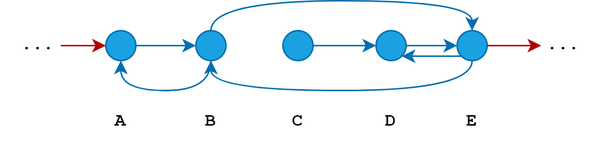
The draw.io diagram Diagram4.drawio.png in ZKX64/Textbook-graph, before a commit. Source tidied: cells renumbered, new cells last; positions are measured from the earlier drawing's top-left corner, leaving out a move shared by most shapes. The source it was exported from:
```xml
<mxGraphModel>
  <root>
    <mxCell id="0" />
    <mxCell id="1" parent="0" />
    <mxCell id="2" style="edgeStyle=orthogonalEdgeStyle;rounded=0;jettySize=auto;html=1;exitX=1;exitY=0.5;exitDx=0;exitDy=0;entryX=0;entryY=0.5;entryDx=0;entryDy=0;fillColor=#1ba1e2;strokeColor=#006EAF;" parent="1" edge="1" source="3" target="6">
      <mxGeometry relative="1" as="geometry" />
    </mxCell>
    <mxCell id="3" style="ellipse;whiteSpace=wrap;html=1;strokeColor=#006EAF;fillColor=#1ba1e2;fontColor=#ffffff;" parent="1" vertex="1">
      <mxGeometry x="70" y="15" width="20" height="20" as="geometry" />
    </mxCell>
    <mxCell id="4" style="edgeStyle=orthogonalEdgeStyle;rounded=0;jettySize=auto;html=1;exitX=0.5;exitY=0;exitDx=0;exitDy=0;entryX=0.5;entryY=0;entryDx=0;entryDy=0;curved=1;fillColor=#1ba1e2;strokeColor=#006EAF;" parent="1" edge="1" source="6" target="13">
      <mxGeometry relative="1" as="geometry" />
    </mxCell>
    <mxCell id="5" style="edgeStyle=orthogonalEdgeStyle;curved=1;rounded=0;jettySize=auto;html=1;exitX=0.5;exitY=1;exitDx=0;exitDy=0;entryX=0.5;entryY=1;entryDx=0;entryDy=0;fillColor=#1ba1e2;strokeColor=#006EAF;" parent="1" edge="1" source="6" target="3">
      <mxGeometry relative="1" as="geometry" />
    </mxCell>
    <mxCell id="6" style="ellipse;whiteSpace=wrap;html=1;strokeColor=#006EAF;fillColor=#1ba1e2;fontColor=#ffffff;" parent="1" vertex="1">
      <mxGeometry x="130" y="15" width="20" height="20" as="geometry" />
    </mxCell>
    <mxCell id="7" style="edgeStyle=orthogonalEdgeStyle;curved=1;rounded=0;jettySize=auto;html=1;exitX=1;exitY=0.5;exitDx=0;exitDy=0;entryX=0;entryY=0.5;entryDx=0;entryDy=0;fillColor=#1ba1e2;strokeColor=#006EAF;" parent="1" edge="1" source="8" target="10">
      <mxGeometry relative="1" as="geometry" />
    </mxCell>
    <mxCell id="8" style="ellipse;whiteSpace=wrap;html=1;strokeColor=#006EAF;fillColor=#1ba1e2;fontColor=#ffffff;" parent="1" vertex="1">
      <mxGeometry x="188" y="15" width="20" height="20" as="geometry" />
    </mxCell>
    <mxCell id="9" style="edgeStyle=orthogonalEdgeStyle;curved=1;rounded=0;jettySize=auto;html=1;exitX=1;exitY=0.5;exitDx=0;exitDy=0;entryX=0;entryY=0.5;entryDx=0;entryDy=0;fillColor=#1ba1e2;strokeColor=#006EAF;" parent="1" edge="1" source="10" target="13">
      <mxGeometry relative="1" as="geometry" />
    </mxCell>
    <mxCell id="10" style="ellipse;whiteSpace=wrap;html=1;strokeColor=#006EAF;fillColor=#1ba1e2;fontColor=#ffffff;" parent="1" vertex="1">
      <mxGeometry x="250" y="15" width="20" height="20" as="geometry" />
    </mxCell>
    <mxCell id="11" style="edgeStyle=orthogonalEdgeStyle;curved=1;rounded=0;jettySize=auto;html=1;exitX=0.5;exitY=1;exitDx=0;exitDy=0;entryX=0.5;entryY=1;entryDx=0;entryDy=0;fillColor=#1ba1e2;strokeColor=#006EAF;" parent="1" edge="1" source="13" target="6">
      <mxGeometry relative="1" as="geometry" />
    </mxCell>
    <mxCell id="12" style="edgeStyle=orthogonalEdgeStyle;curved=1;rounded=0;jettySize=auto;html=1;exitX=0;exitY=1;exitDx=0;exitDy=0;entryX=1;entryY=1;entryDx=0;entryDy=0;fillColor=#1ba1e2;strokeColor=#006EAF;" parent="1" edge="1" source="13" target="10">
      <mxGeometry relative="1" as="geometry" />
    </mxCell>
    <mxCell id="13" style="ellipse;whiteSpace=wrap;html=1;strokeColor=#006EAF;fillColor=#1ba1e2;fontColor=#ffffff;" parent="1" vertex="1">
      <mxGeometry x="304" y="15" width="20" height="20" as="geometry" />
    </mxCell>
    <mxCell id="14" value="&lt;font face=&quot;Courier New&quot;&gt;&lt;b&gt;A&lt;/b&gt;&lt;/font&gt;" style="whiteSpace=wrap;html=1;strokeColor=none;fillColor=none;" parent="1" vertex="1">
      <mxGeometry x="20" y="45" width="120" height="60" as="geometry" />
    </mxCell>
    <mxCell id="15" value="&lt;font face=&quot;Courier New&quot;&gt;&lt;b&gt;B&lt;/b&gt;&lt;/font&gt;" style="whiteSpace=wrap;html=1;strokeColor=none;fillColor=none;" parent="1" vertex="1">
      <mxGeometry x="80" y="45" width="120" height="60" as="geometry" />
    </mxCell>
    <mxCell id="16" value="&lt;font face=&quot;Courier New&quot;&gt;&lt;b&gt;C&lt;/b&gt;&lt;/font&gt;" style="whiteSpace=wrap;html=1;strokeColor=none;fillColor=none;" parent="1" vertex="1">
      <mxGeometry x="138" y="45" width="120" height="60" as="geometry" />
    </mxCell>
    <mxCell id="17" value="&lt;font face=&quot;Courier New&quot;&gt;&lt;b&gt;D&lt;/b&gt;&lt;/font&gt;" style="whiteSpace=wrap;html=1;strokeColor=none;fillColor=none;" parent="1" vertex="1">
      <mxGeometry x="200" y="45" width="120" height="60" as="geometry" />
    </mxCell>
    <mxCell id="18" value="&lt;font face=&quot;Courier New&quot;&gt;&lt;b&gt;E&lt;/b&gt;&lt;/font&gt;" style="whiteSpace=wrap;html=1;strokeColor=none;fillColor=none;" parent="1" vertex="1">
      <mxGeometry x="254" y="45" width="120" height="60" as="geometry" />
    </mxCell>
    <mxCell id="19" style="endArrow=classic;html=1;rounded=0;fontFamily=Courier New;curved=1;exitX=1;exitY=0.5;exitDx=0;exitDy=0;fillColor=#e51400;strokeColor=#B20000;" parent="1" edge="1" source="13">
      <mxGeometry relative="1" as="geometry">
        <mxPoint x="360" y="25" as="targetPoint" />
      </mxGeometry>
    </mxCell>
    <mxCell id="20" value="..." style="whiteSpace=wrap;html=1;strokeColor=none;fontFamily=Courier New;fillColor=none;" parent="1" vertex="1">
      <mxGeometry x="350" width="50" height="50" as="geometry" />
    </mxCell>
    <mxCell id="21" style="endArrow=classic;html=1;rounded=0;fontFamily=Courier New;curved=1;fillColor=#e51400;strokeColor=#B20000;entryX=0;entryY=0.5;entryDx=0;entryDy=0;" parent="1" edge="1" target="3">
      <mxGeometry relative="1" as="geometry">
        <mxPoint x="40" y="25" as="sourcePoint" />
      </mxGeometry>
    </mxCell>
    <mxCell id="22" value="..." style="whiteSpace=wrap;html=1;strokeColor=none;fontFamily=Courier New;fillColor=none;" parent="1" vertex="1">
      <mxGeometry width="50" height="50" as="geometry" />
    </mxCell>
  </root>
</mxGraphModel>
```
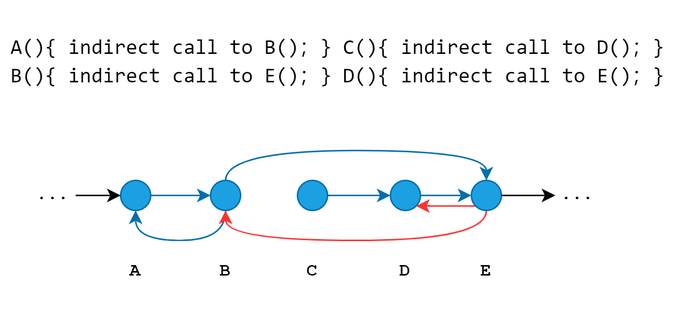
Above is the later version.

The edit, as a diff of the source:
```diff
@@ -29,10 +29,10 @@
     <mxCell id="10" style="ellipse;whiteSpace=wrap;html=1;strokeColor=#006EAF;fillColor=#1ba1e2;fontColor=#ffffff;" parent="1" vertex="1">
       <mxGeometry x="250" y="15" width="20" height="20" as="geometry" />
     </mxCell>
-    <mxCell id="11" style="edgeStyle=orthogonalEdgeStyle;curved=1;rounded=0;jettySize=auto;html=1;exitX=0.5;exitY=1;exitDx=0;exitDy=0;entryX=0.5;entryY=1;entryDx=0;entryDy=0;fillColor=#1ba1e2;strokeColor=#006EAF;" parent="1" edge="1" source="13" target="6">
+    <mxCell id="11" style="edgeStyle=orthogonalEdgeStyle;curved=1;rounded=0;jettySize=auto;html=1;exitX=0.5;exitY=1;exitDx=0;exitDy=0;entryX=0.5;entryY=1;entryDx=0;entryDy=0;fillColor=#e51400;strokeColor=#FF3333;" parent="1" edge="1" source="13" target="6">
       <mxGeometry relative="1" as="geometry" />
     </mxCell>
-    <mxCell id="12" style="edgeStyle=orthogonalEdgeStyle;curved=1;rounded=0;jettySize=auto;html=1;exitX=0;exitY=1;exitDx=0;exitDy=0;entryX=1;entryY=1;entryDx=0;entryDy=0;fillColor=#1ba1e2;strokeColor=#006EAF;" parent="1" edge="1" source="13" target="10">
+    <mxCell id="12" style="edgeStyle=orthogonalEdgeStyle;curved=1;rounded=0;jettySize=auto;html=1;exitX=0;exitY=1;exitDx=0;exitDy=0;entryX=1;entryY=1;entryDx=0;entryDy=0;fillColor=#1ba1e2;strokeColor=#FF3333;" parent="1" edge="1" source="13" target="10">
       <mxGeometry relative="1" as="geometry" />
     </mxCell>
     <mxCell id="13" style="ellipse;whiteSpace=wrap;html=1;strokeColor=#006EAF;fillColor=#1ba1e2;fontColor=#ffffff;" parent="1" vertex="1">
@@ -53,7 +53,7 @@
     <mxCell id="18" value="&lt;font face=&quot;Courier New&quot;&gt;&lt;b&gt;E&lt;/b&gt;&lt;/font&gt;" style="whiteSpace=wrap;html=1;strokeColor=none;fillColor=none;" parent="1" vertex="1">
       <mxGeometry x="254" y="45" width="120" height="60" as="geometry" />
     </mxCell>
-    <mxCell id="19" style="endArrow=classic;html=1;rounded=0;fontFamily=Courier New;curved=1;exitX=1;exitY=0.5;exitDx=0;exitDy=0;fillColor=#e51400;strokeColor=#B20000;" parent="1" edge="1" source="13">
+    <mxCell id="19" style="endArrow=classic;html=1;rounded=0;fontFamily=Courier New;curved=1;exitX=1;exitY=0.5;exitDx=0;exitDy=0;fillColor=#e51400;strokeColor=#000000;" parent="1" edge="1" source="13">
       <mxGeometry relative="1" as="geometry">
         <mxPoint x="360" y="25" as="targetPoint" />
       </mxGeometry>
@@ -61,7 +61,7 @@
     <mxCell id="20" value="..." style="whiteSpace=wrap;html=1;strokeColor=none;fontFamily=Courier New;fillColor=none;" parent="1" vertex="1">
       <mxGeometry x="350" width="50" height="50" as="geometry" />
     </mxCell>
-    <mxCell id="21" style="endArrow=classic;html=1;rounded=0;fontFamily=Courier New;curved=1;fillColor=#e51400;strokeColor=#B20000;entryX=0;entryY=0.5;entryDx=0;entryDy=0;" parent="1" edge="1" target="3">
+    <mxCell id="21" style="endArrow=classic;html=1;rounded=0;fontFamily=Courier New;curved=1;fillColor=#1ba1e2;strokeColor=#000000;entryX=0;entryY=0.5;entryDx=0;entryDy=0;" parent="1" edge="1" target="3">
       <mxGeometry relative="1" as="geometry">
         <mxPoint x="40" y="25" as="sourcePoint" />
       </mxGeometry>
@@ -69,5 +69,8 @@
     <mxCell id="22" value="..." style="whiteSpace=wrap;html=1;strokeColor=none;fontFamily=Courier New;fillColor=none;" parent="1" vertex="1">
       <mxGeometry width="50" height="50" as="geometry" />
     </mxCell>
+    <mxCell id="23" value="&lt;div style=&quot;font-family: Consolas, &amp;quot;Courier New&amp;quot;, monospace; font-size: 14px; line-height: 19px;&quot;&gt;&lt;div style=&quot;&quot;&gt;A(){ indirect call to B()；} C(){ indirect call to D()；} &lt;/div&gt;&lt;div style=&quot;&quot;&gt;B(){ indirect call to E()；} D(){ indirect call to E()；} &lt;/div&gt;&lt;/div&gt;" style="whiteSpace=wrap;html=1;strokeColor=none;fontFamily=Courier New;fillColor=none;" parent="1" vertex="1">
+      <mxGeometry x="-10" y="-105" width="450" height="80" as="geometry" />
+    </mxCell>
   </root>
 </mxGraphModel>
```
